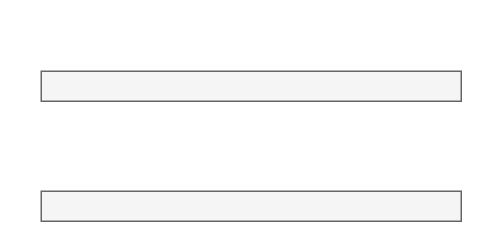
This is Diagrama sem nome.drawio from EllenRebeca/EllenRebeca, a draw.io file, before an edit. Source tidied: cells renumbered, new cells numbered last; positions are measured from the earlier drawing's top-left corner, leaving out a move shared by most shapes. Both pictures are drawn from the tidied source at 150%, with x=0, y=0 at pixel (40, 70).
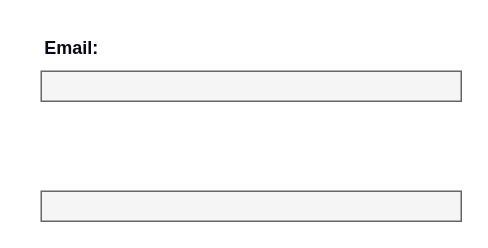
The same diagram, later.

Diff of the diagram source:
```diff
@@
 <mxGraphModel background="#ffffff">
   <root>
     <mxCell id="0" />
     <mxCell id="1" parent="0" />
     <mxCell id="2" style="rounded=0;whiteSpace=wrap;html=1;fillColor=#f5f5f5;fontColor=#333333;strokeColor=#666666;" parent="1" vertex="1">
       <mxGeometry width="280" height="20" as="geometry" />
     </mxCell>
     <mxCell id="3" style="rounded=0;whiteSpace=wrap;html=1;fillColor=#f5f5f5;fontColor=#333333;strokeColor=#666666;" parent="1" vertex="1">
       <mxGeometry y="80" width="280" height="20" as="geometry" />
     </mxCell>
+    <mxCell id="4" value="Email:" style="text;html=1;align=center;verticalAlign=middle;strokeColor=none;fillColor=none;fontStyle=1;fontColor=#090816;" parent="1" vertex="1">
+      <mxGeometry x="-10" y="-30" width="60" height="30" as="geometry" />
+    </mxCell>
   </root>
 </mxGraphModel>
```
